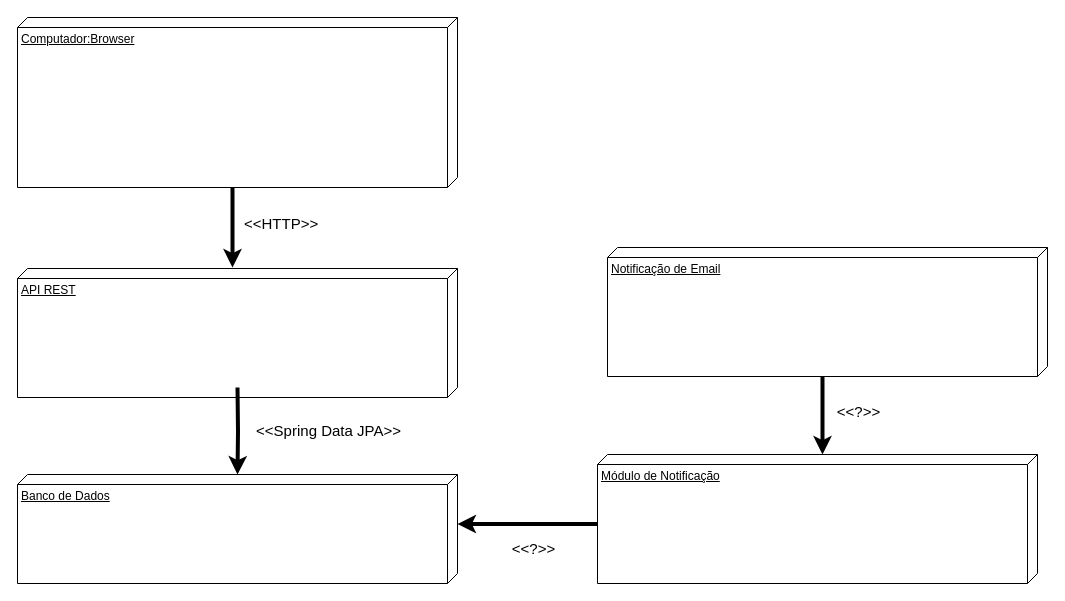
The draw.io diagram projeto/drawio/DiagramaDeImplantacao.drawio in pedrolucas444/laboratorio-3, before the edit. Source tidied: cells renumbered, new cells numbered last; positions are measured from the earlier drawing's top-left corner, leaving out a move shared by most shapes. Both pictures are drawn from the tidied source at 100%, with x=0, y=0 at pixel (17, 17).
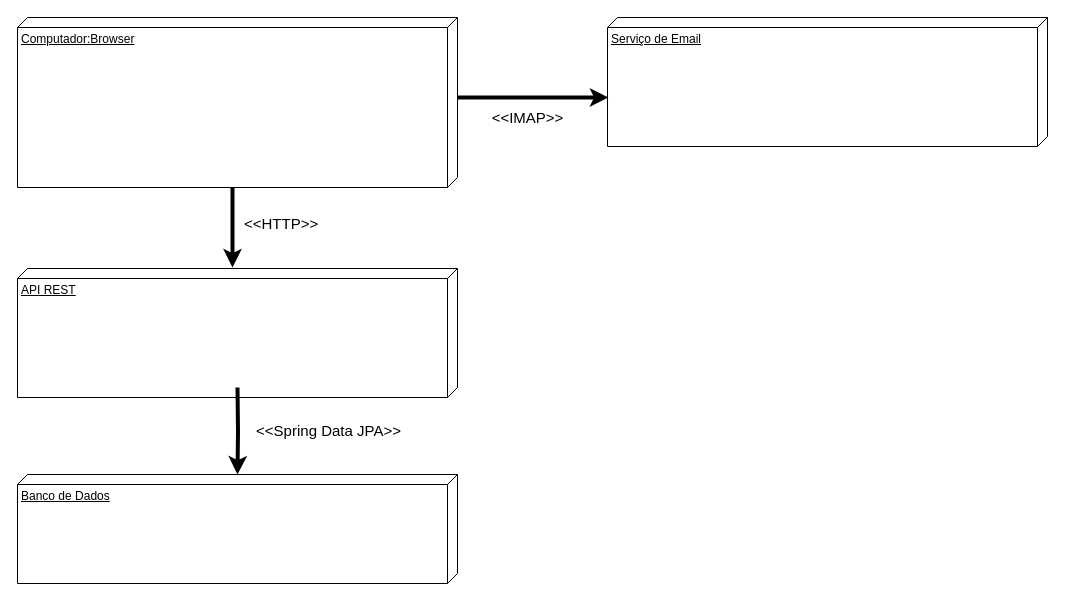
The same page after the edit.

Diff of the diagram source:
```diff
@@
 <mxGraphModel>
   <root>
     <mxCell id="0" />
     <mxCell id="1" parent="0" />
     <mxCell id="2" style="edgeStyle=orthogonalEdgeStyle;rounded=0;jettySize=auto;html=1;exitX=0;exitY=0;exitDx=170;exitDy=225;exitPerimeter=0;strokeWidth=4;" parent="1" edge="1" source="4">
       <mxGeometry relative="1" as="geometry">
         <mxPoint x="215" y="250" as="targetPoint" />
       </mxGeometry>
     </mxCell>
     <mxCell id="3" value="&amp;lt;&amp;lt;HTTP&amp;gt;&amp;gt;" style="edgeLabel;html=1;align=left;verticalAlign=middle;fontSize=15;labelPosition=right;verticalLabelPosition=middle;" parent="2" vertex="1">
       <mxGeometry x="-0.13" relative="1" as="geometry">
         <mxPoint x="10" as="offset" />
       </mxGeometry>
     </mxCell>
     <mxCell id="4" value="Computador:Browser" style="verticalAlign=top;align=left;spacingTop=8;spacingLeft=2;spacingRight=12;shape=cube;size=10;direction=south;fontStyle=4;html=1;whiteSpace=wrap;" parent="1" vertex="1">
       <mxGeometry width="440" height="170" as="geometry" />
     </mxCell>
     <mxCell id="5" value="API REST" style="verticalAlign=top;align=left;spacingTop=8;spacingLeft=2;spacingRight=12;shape=cube;size=10;direction=south;fontStyle=4;html=1;whiteSpace=wrap;" parent="1" vertex="1">
       <mxGeometry y="251" width="440" height="129" as="geometry" />
     </mxCell>
     <mxCell id="6" style="edgeStyle=orthogonalEdgeStyle;rounded=0;jettySize=auto;html=1;strokeWidth=4;" parent="1" edge="1" target="8">
       <mxGeometry relative="1" as="geometry">
         <mxPoint x="220" y="370" as="sourcePoint" />
       </mxGeometry>
     </mxCell>
     <mxCell id="7" value="&amp;lt;&amp;lt;Spring Data JPA&amp;gt;&amp;gt;" style="edgeLabel;html=1;align=center;verticalAlign=middle;fontSize=15;" parent="6" vertex="1">
       <mxGeometry x="-0.18" y="3" relative="1" as="geometry">
         <mxPoint x="87" y="7" as="offset" />
       </mxGeometry>
     </mxCell>
     <mxCell id="8" value="Banco de Dados" style="verticalAlign=top;align=left;spacingTop=8;spacingLeft=2;spacingRight=12;shape=cube;size=10;direction=south;fontStyle=4;html=1;whiteSpace=wrap;" parent="1" vertex="1">
       <mxGeometry y="457" width="440" height="109" as="geometry" />
     </mxCell>
-    <mxCell id="9" value="Módulo de Notificação" style="verticalAlign=top;align=left;spacingTop=8;spacingLeft=2;spacingRight=12;shape=cube;size=10;direction=south;fontStyle=4;html=1;whiteSpace=wrap;" parent="1" vertex="1">
-      <mxGeometry x="580" y="437" width="440" height="129" as="geometry" />
-    </mxCell>
-    <mxCell id="10" style="edgeStyle=orthogonalEdgeStyle;rounded=0;jettySize=auto;html=1;exitX=0;exitY=0;exitDx=69.5;exitDy=440;exitPerimeter=0;entryX=0;entryY=0;entryDx=49.5;entryDy=0;entryPerimeter=0;strokeWidth=4;" parent="1" edge="1" source="9" target="8">
-      <mxGeometry relative="1" as="geometry" />
-    </mxCell>
-    <mxCell id="11" value="&lt;font style=&quot;font-size: 15px;&quot;&gt;&amp;lt;&amp;lt;?&amp;gt;&amp;gt;&lt;/font&gt;" style="edgeLabel;html=1;align=center;verticalAlign=middle;" parent="10" vertex="1">
-      <mxGeometry x="-0.07" y="1" relative="1" as="geometry">
-        <mxPoint y="23" as="offset" />
-      </mxGeometry>
-    </mxCell>
-    <mxCell id="12" value="Notificação de Email" style="verticalAlign=top;align=left;spacingTop=8;spacingLeft=2;spacingRight=12;shape=cube;size=10;direction=south;fontStyle=4;html=1;whiteSpace=wrap;" parent="1" vertex="1">
-      <mxGeometry x="590" y="230" width="440" height="129" as="geometry" />
+    <mxCell id="12" value="Serviço de Email" style="verticalAlign=top;align=left;spacingTop=8;spacingLeft=2;spacingRight=12;shape=cube;size=10;direction=south;fontStyle=4;html=1;whiteSpace=wrap;" parent="1" vertex="1">
+      <mxGeometry x="590" width="440" height="129" as="geometry" />
     </mxCell>
-    <mxCell id="13" style="edgeStyle=orthogonalEdgeStyle;rounded=0;jettySize=auto;html=1;exitX=0;exitY=0;exitDx=129;exitDy=225;exitPerimeter=0;entryX=0;entryY=0;entryDx=0;entryDy=215;entryPerimeter=0;strokeWidth=4;" parent="1" edge="1" source="12" target="9">
+    <mxCell id="13" style="edgeStyle=orthogonalEdgeStyle;rounded=0;jettySize=auto;html=1;exitX=0.62;exitY=0.998;exitDx=0;exitDy=0;exitPerimeter=0;entryX=0;entryY=0;entryDx=80;entryDy=0;entryPerimeter=0;strokeWidth=4;endArrow=none;startFill=1;startArrow=classic;" parent="1" edge="1" source="12" target="4">
       <mxGeometry relative="1" as="geometry" />
     </mxCell>
-    <mxCell id="14" value="&lt;font style=&quot;font-size: 15px;&quot;&gt;&amp;lt;&amp;lt;?&amp;gt;&amp;gt;&lt;/font&gt;" style="edgeLabel;html=1;align=center;verticalAlign=middle;" parent="13" vertex="1">
+    <mxCell id="14" value="&lt;font style=&quot;font-size: 15px;&quot;&gt;&amp;lt;&amp;lt;IMAP&amp;gt;&amp;gt;&lt;/font&gt;" style="edgeLabel;html=1;align=center;verticalAlign=middle;" parent="13" vertex="1">
       <mxGeometry x="-0.13" y="-3" relative="1" as="geometry">
-        <mxPoint x="38" as="offset" />
+        <mxPoint x="-15" y="23" as="offset" />
       </mxGeometry>
     </mxCell>
   </root>
 </mxGraphModel>
```
